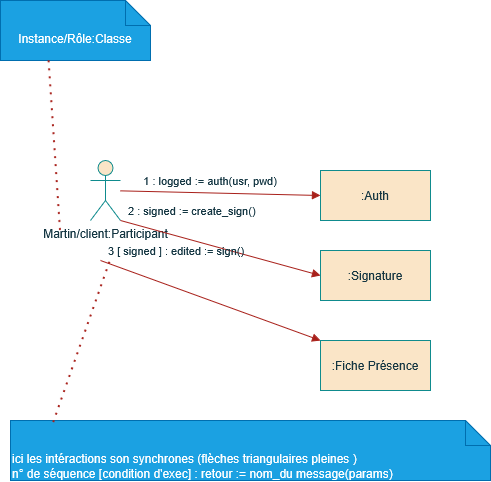
Before: logic_collaboration_vue.png, a diagram exported from draw.io (lamamram/251022-archi-logicielle). Source tidied: cells renumbered, new cells last; positions are measured from the earlier drawing's top-left corner, leaving out a move shared by most shapes.
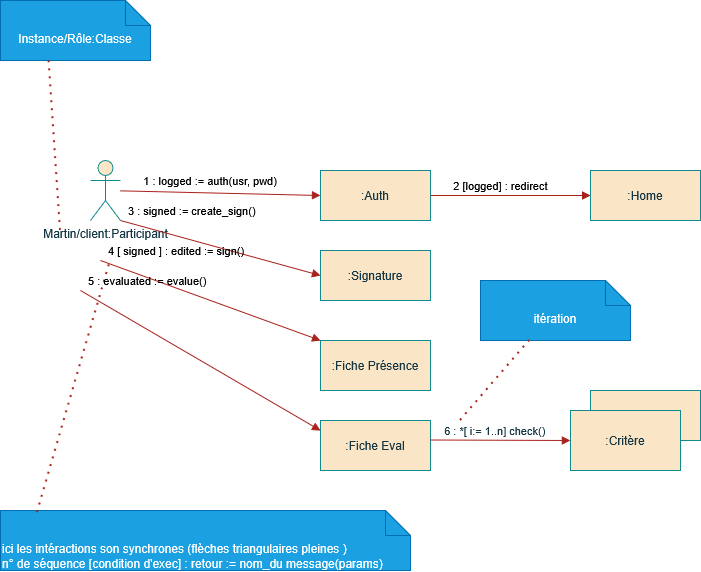
The same diagram one commit later.

What changed in the source:
```diff
@@ -2,44 +2,78 @@
   <root>
     <mxCell id="0" />
     <mxCell id="1" parent="0" />
-    <mxCell id="2" value="Martin/client:Participant" style="shape=umlActor;verticalLabelPosition=bottom;verticalAlign=top;html=1;strokeColor=#0F8B8D;fontColor=#143642;fillColor=#FAE5C7;" parent="1" vertex="1">
+    <mxCell id="2" value="Martin/client:Participant" style="shape=umlActor;verticalLabelPosition=bottom;verticalAlign=top;html=1;strokeColor=#0F8B8D;fontColor=#143642;fillColor=#FAE5C7;labelBackgroundColor=none;" parent="1" vertex="1">
       <mxGeometry x="90" y="160" width="30" height="60" as="geometry" />
     </mxCell>
-    <mxCell id="3" value="Instance/Rôle:Classe" style="shape=note2;boundedLbl=1;whiteSpace=wrap;html=1;size=25;verticalAlign=top;align=center;strokeColor=#006EAF;fontColor=#ffffff;fillColor=#1ba1e2;" parent="1" vertex="1">
+    <mxCell id="3" value="Instance/Rôle:Classe" style="shape=note2;boundedLbl=1;whiteSpace=wrap;html=1;size=25;verticalAlign=top;align=center;strokeColor=#006EAF;fontColor=#ffffff;fillColor=#1ba1e2;labelBackgroundColor=none;" parent="1" vertex="1">
       <mxGeometry width="150" height="60" as="geometry" />
     </mxCell>
-    <mxCell id="4" style="endArrow=none;dashed=1;html=1;dashPattern=1 3;strokeWidth=2;rounded=0;strokeColor=#A8201A;fontColor=#143642;fillColor=#FAE5C7;entryX=0.323;entryY=0.981;entryDx=0;entryDy=0;entryPerimeter=0;" parent="1" edge="1" target="3">
+    <mxCell id="4" style="endArrow=none;dashed=1;html=1;dashPattern=1 3;strokeWidth=2;rounded=0;strokeColor=#A8201A;fontColor=default;fillColor=#FAE5C7;entryX=0.323;entryY=0.981;entryDx=0;entryDy=0;entryPerimeter=0;labelBackgroundColor=none;" parent="1" edge="1" target="3">
       <mxGeometry relative="1" as="geometry">
         <mxPoint x="60" y="230" as="sourcePoint" />
       </mxGeometry>
     </mxCell>
-    <mxCell id="5" value=":Auth" style="html=1;whiteSpace=wrap;strokeColor=#0F8B8D;fontColor=#143642;fillColor=#FAE5C7;" parent="1" vertex="1">
+    <mxCell id="5" value=":Auth" style="html=1;whiteSpace=wrap;strokeColor=#0F8B8D;fontColor=#143642;fillColor=#FAE5C7;labelBackgroundColor=none;" parent="1" vertex="1">
       <mxGeometry x="320" y="170" width="110" height="50" as="geometry" />
     </mxCell>
-    <mxCell id="6" value="&amp;nbsp; &amp;nbsp; &amp;nbsp; &amp;nbsp;1 : logged := auth(usr, pwd)" style="html=1;verticalAlign=bottom;labelBackgroundColor=none;endArrow=block;endFill=1;endSize=6;align=left;rounded=0;strokeColor=#A8201A;fontColor=#143642;fillColor=#FAE5C7;entryX=0;entryY=0.5;entryDx=0;entryDy=0;" parent="1" edge="1" source="2" target="5">
+    <mxCell id="6" value="&amp;nbsp; &amp;nbsp; &amp;nbsp; &amp;nbsp;1 : logged := auth(usr, pwd)" style="html=1;verticalAlign=bottom;labelBackgroundColor=none;endArrow=block;endFill=1;endSize=6;align=left;rounded=0;strokeColor=#A8201A;fontColor=default;fillColor=#FAE5C7;entryX=0;entryY=0.5;entryDx=0;entryDy=0;" parent="1" edge="1" source="2" target="5">
       <mxGeometry x="-1" relative="1" as="geometry" />
     </mxCell>
-    <mxCell id="7" value=":Signature" style="html=1;whiteSpace=wrap;strokeColor=#0F8B8D;fontColor=#143642;fillColor=#FAE5C7;" parent="1" vertex="1">
+    <mxCell id="7" value=":Signature" style="html=1;whiteSpace=wrap;strokeColor=#0F8B8D;fontColor=#143642;fillColor=#FAE5C7;labelBackgroundColor=none;" parent="1" vertex="1">
       <mxGeometry x="320" y="250" width="110" height="50" as="geometry" />
     </mxCell>
-    <mxCell id="8" value="&amp;nbsp; 2 : signed := create_sign()" style="html=1;verticalAlign=bottom;labelBackgroundColor=none;endArrow=block;endFill=1;endSize=6;align=left;rounded=0;strokeColor=#A8201A;fontColor=#143642;fillColor=#FAE5C7;exitX=1;exitY=1;exitDx=0;exitDy=0;exitPerimeter=0;entryX=0;entryY=0.5;entryDx=0;entryDy=0;" parent="1" edge="1" source="2" target="7">
+    <mxCell id="8" value="&amp;nbsp; 3 : signed := create_sign()" style="html=1;verticalAlign=bottom;labelBackgroundColor=none;endArrow=block;endFill=1;endSize=6;align=left;rounded=0;strokeColor=#A8201A;fontColor=default;fillColor=#FAE5C7;exitX=1;exitY=1;exitDx=0;exitDy=0;exitPerimeter=0;entryX=0;entryY=0.5;entryDx=0;entryDy=0;" parent="1" edge="1" source="2" target="7">
       <mxGeometry x="-1" relative="1" as="geometry" />
     </mxCell>
-    <mxCell id="9" value=":Fiche Présence" style="html=1;whiteSpace=wrap;strokeColor=#0F8B8D;fontColor=#143642;fillColor=#FAE5C7;" parent="1" vertex="1">
+    <mxCell id="9" value=":Fiche Présence" style="html=1;whiteSpace=wrap;strokeColor=#0F8B8D;fontColor=#143642;fillColor=#FAE5C7;labelBackgroundColor=none;" parent="1" vertex="1">
       <mxGeometry x="320" y="340" width="110" height="50" as="geometry" />
     </mxCell>
-    <mxCell id="10" value="&amp;nbsp; 3 [ signed ] : edited := sign()" style="html=1;verticalAlign=bottom;labelBackgroundColor=none;endArrow=block;endFill=1;endSize=6;align=left;rounded=0;strokeColor=#A8201A;fontColor=#143642;fillColor=#FAE5C7;entryX=0;entryY=0;entryDx=0;entryDy=0;" parent="1" edge="1" target="9">
+    <mxCell id="10" value="&amp;nbsp; 4 [ signed ] : edited := sign()" style="html=1;verticalAlign=bottom;labelBackgroundColor=none;endArrow=block;endFill=1;endSize=6;align=left;rounded=0;strokeColor=#A8201A;fontColor=default;fillColor=#FAE5C7;entryX=0;entryY=0;entryDx=0;entryDy=0;" parent="1" edge="1" target="9">
       <mxGeometry x="-1" relative="1" as="geometry">
         <mxPoint x="100" y="260" as="sourcePoint" />
       </mxGeometry>
     </mxCell>
-    <mxCell id="11" value="&lt;div&gt;ici les intéractions son synchrones (flèches triangulaires pleines )&lt;/div&gt;&lt;div&gt;n° de séquence [condition d'exec] : retour := nom_du message(params)&lt;/div&gt;" style="shape=note2;boundedLbl=1;whiteSpace=wrap;html=1;size=25;verticalAlign=top;align=left;strokeColor=#006EAF;fontColor=#ffffff;fillColor=#1ba1e2;" parent="1" vertex="1">
-      <mxGeometry x="10" y="420" width="480" height="60" as="geometry" />
+    <mxCell id="11" value="&lt;div&gt;ici les intéractions son synchrones (flèches triangulaires pleines )&lt;/div&gt;&lt;div&gt;n° de séquence [condition d'exec] : retour := nom_du message(params)&lt;/div&gt;" style="shape=note2;boundedLbl=1;whiteSpace=wrap;html=1;size=25;verticalAlign=top;align=left;strokeColor=#006EAF;fontColor=#ffffff;fillColor=#1ba1e2;labelBackgroundColor=none;" parent="1" vertex="1">
+      <mxGeometry y="510" width="410" height="60" as="geometry" />
     </mxCell>
-    <mxCell id="12" style="endArrow=none;dashed=1;html=1;dashPattern=1 3;strokeWidth=2;rounded=0;strokeColor=#A8201A;fontColor=#143642;fillColor=#FAE5C7;exitX=0.09;exitY=0.036;exitDx=0;exitDy=0;exitPerimeter=0;" parent="1" edge="1" source="11">
+    <mxCell id="12" style="endArrow=none;dashed=1;html=1;dashPattern=1 3;strokeWidth=2;rounded=0;strokeColor=#A8201A;fontColor=default;fillColor=#FAE5C7;exitX=0.09;exitY=0.036;exitDx=0;exitDy=0;exitPerimeter=0;labelBackgroundColor=none;" parent="1" edge="1" source="11">
       <mxGeometry relative="1" as="geometry">
         <mxPoint x="110" y="260" as="targetPoint" />
       </mxGeometry>
     </mxCell>
+    <mxCell id="13" value=":Home" style="html=1;whiteSpace=wrap;strokeColor=#0F8B8D;fontColor=#143642;fillColor=#FAE5C7;labelBackgroundColor=none;" parent="1" vertex="1">
+      <mxGeometry x="590" y="170" width="110" height="50" as="geometry" />
+    </mxCell>
+    <mxCell id="14" value="&amp;nbsp; &amp;nbsp; &amp;nbsp; &amp;nbsp;2 [logged] : redirect" style="html=1;verticalAlign=bottom;labelBackgroundColor=none;endArrow=block;endFill=1;endSize=6;align=left;rounded=0;strokeColor=#A8201A;fontColor=default;fillColor=#FAE5C7;entryX=0;entryY=0.5;entryDx=0;entryDy=0;exitX=1;exitY=0.5;exitDx=0;exitDy=0;" parent="1" edge="1" source="5" target="13">
+      <mxGeometry x="-1" relative="1" as="geometry" />
+    </mxCell>
+    <mxCell id="15" value=":Fiche Eval" style="html=1;whiteSpace=wrap;strokeColor=#0F8B8D;fontColor=#143642;fillColor=#FAE5C7;labelBackgroundColor=none;" parent="1" vertex="1">
+      <mxGeometry x="320" y="420" width="110" height="50" as="geometry" />
+    </mxCell>
+    <mxCell id="16" value="&amp;nbsp; 5 : evaluated := evalue()" style="html=1;verticalAlign=bottom;labelBackgroundColor=none;endArrow=block;endFill=1;endSize=6;align=left;rounded=0;strokeColor=#A8201A;fontColor=default;fillColor=#FAE5C7;entryX=0;entryY=0;entryDx=0;entryDy=0;" parent="1" edge="1">
+      <mxGeometry x="-1" relative="1" as="geometry">
+        <mxPoint x="80" y="290" as="sourcePoint" />
+        <mxPoint x="320" y="430" as="targetPoint" />
+      </mxGeometry>
+    </mxCell>
+    <mxCell id="17" style="html=1;whiteSpace=wrap;labelBackgroundColor=none;fillColor=#FAE5C7;strokeColor=#0F8B8D;fontColor=#143642;" parent="1" vertex="1">
+      <mxGeometry x="590" y="390" width="110" height="50" as="geometry" />
+    </mxCell>
+    <mxCell id="18" value=":Critère" style="html=1;whiteSpace=wrap;labelBackgroundColor=none;fillColor=#FAE5C7;strokeColor=#0F8B8D;fontColor=#143642;" parent="1" vertex="1">
+      <mxGeometry x="570" y="410" width="110" height="60" as="geometry" />
+    </mxCell>
+    <mxCell id="19" value="&amp;nbsp; &amp;nbsp; 6 : *[ i:= 1..n] check()" style="html=1;verticalAlign=bottom;labelBackgroundColor=none;endArrow=block;endFill=1;endSize=6;align=left;rounded=0;strokeColor=#A8201A;fontColor=#143642;fillColor=#FAE5C7;entryX=0;entryY=0.5;entryDx=0;entryDy=0;" parent="1" edge="1" target="18">
+      <mxGeometry x="-1" relative="1" as="geometry">
+        <mxPoint x="430" y="439.5" as="sourcePoint" />
+      </mxGeometry>
+    </mxCell>
+    <mxCell id="20" value="itération" style="shape=note2;boundedLbl=1;whiteSpace=wrap;html=1;size=25;verticalAlign=top;align=center;strokeColor=#006EAF;fontColor=#ffffff;fillColor=#1ba1e2;labelBackgroundColor=none;" parent="1" vertex="1">
+      <mxGeometry x="480" y="280" width="150" height="60" as="geometry" />
+    </mxCell>
+    <mxCell id="21" style="endArrow=none;dashed=1;html=1;dashPattern=1 3;strokeWidth=2;rounded=0;strokeColor=#A8201A;fontColor=#143642;fillColor=#FAE5C7;" parent="1" edge="1" target="20">
+      <mxGeometry relative="1" as="geometry">
+        <mxPoint x="460" y="420" as="sourcePoint" />
+      </mxGeometry>
+    </mxCell>
   </root>
 </mxGraphModel>
```
